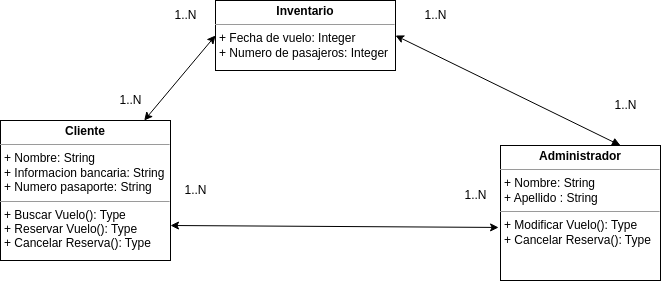
The draw.io diagram Casos de uso/Gestion_de_tienda_en_linea/Diagrama clase.drawio.png in JVC0/ETS, before a commit. Source tidied: cells renumbered, new cells last; positions are measured from the earlier drawing's top-left corner, leaving out a move shared by most shapes. Its diagram source:
```xml
<mxGraphModel background="#ffffff">
  <root>
    <mxCell id="0" />
    <mxCell id="1" parent="0" />
    <mxCell id="2" style="edgeStyle=none;html=1;entryX=0;entryY=0.5;entryDx=0;entryDy=0;startArrow=classic;startFill=1;" parent="1" edge="1" source="3" target="4">
      <mxGeometry relative="1" as="geometry" />
    </mxCell>
    <mxCell id="3" value="&lt;p style=&quot;margin:0px;margin-top:4px;text-align:center;&quot;&gt;&lt;b&gt;Cliente&lt;/b&gt;&lt;/p&gt;&lt;hr size=&quot;1&quot;&gt;&lt;p style=&quot;margin:0px;margin-left:4px;&quot;&gt;+ Nombre: String&lt;/p&gt;&lt;p style=&quot;margin:0px;margin-left:4px;&quot;&gt;+ Informacion bancaria: String&lt;br&gt;&lt;/p&gt;&lt;p style=&quot;margin:0px;margin-left:4px;&quot;&gt;+ Numero pasaporte: String&lt;br&gt;&lt;/p&gt;&lt;hr size=&quot;1&quot;&gt;&lt;p style=&quot;margin:0px;margin-left:4px;&quot;&gt;+ Buscar Vuelo(): Type&lt;/p&gt;&lt;p style=&quot;margin:0px;margin-left:4px;&quot;&gt;+ Reservar Vuelo(): Type&lt;br&gt;&lt;/p&gt;&lt;p style=&quot;margin:0px;margin-left:4px;&quot;&gt;+ Cancelar Reserva(): Type&lt;br&gt;&lt;/p&gt;" style="verticalAlign=top;align=left;overflow=fill;fontSize=12;fontFamily=Helvetica;html=1;" parent="1" vertex="1">
      <mxGeometry y="120" width="170" height="140" as="geometry" />
    </mxCell>
    <mxCell id="4" value="&lt;p style=&quot;margin:0px;margin-top:4px;text-align:center;&quot;&gt;&lt;b&gt;Inventario&lt;/b&gt;&lt;/p&gt;&lt;hr size=&quot;1&quot;&gt;&lt;p style=&quot;margin:0px;margin-left:4px;&quot;&gt;+ Fecha de vuelo: Integer&lt;/p&gt;&lt;p style=&quot;margin:0px;margin-left:4px;&quot;&gt;+ Numero de pasajeros: Integer&lt;/p&gt;&lt;p style=&quot;margin:0px;margin-left:4px;&quot;&gt;&lt;br&gt;&lt;/p&gt;" style="verticalAlign=top;align=left;overflow=fill;fontSize=12;fontFamily=Helvetica;html=1;" parent="1" vertex="1">
      <mxGeometry x="215" width="180" height="70" as="geometry" />
    </mxCell>
    <mxCell id="5" style="edgeStyle=none;html=1;exitX=0.75;exitY=0;exitDx=0;exitDy=0;entryX=1;entryY=0.5;entryDx=0;entryDy=0;startArrow=block;startFill=1;" parent="1" edge="1" source="6" target="4">
      <mxGeometry relative="1" as="geometry" />
    </mxCell>
    <mxCell id="6" value="&lt;p style=&quot;margin:0px;margin-top:4px;text-align:center;&quot;&gt;&lt;b&gt;Administrador&lt;/b&gt;&lt;/p&gt;&lt;hr size=&quot;1&quot;&gt;&lt;p style=&quot;margin:0px;margin-left:4px;&quot;&gt;+ Nombre: String&lt;/p&gt;&lt;p style=&quot;margin:0px;margin-left:4px;&quot;&gt;+ Apellido : String&lt;/p&gt;&lt;hr size=&quot;1&quot;&gt;&lt;p style=&quot;margin:0px;margin-left:4px;&quot;&gt;+ Modificar Vuelo(): Type&lt;/p&gt;&lt;p style=&quot;margin:0px;margin-left:4px;&quot;&gt;+ Cancelar Reserva(): Type&lt;br&gt;&lt;/p&gt;" style="verticalAlign=top;align=left;overflow=fill;fontSize=12;fontFamily=Helvetica;html=1;" parent="1" vertex="1">
      <mxGeometry x="500" y="145" width="160" height="135" as="geometry" />
    </mxCell>
    <mxCell id="7" value="1..N" style="text;html=1;align=center;verticalAlign=middle;strokeColor=none;fillColor=none;" parent="1" vertex="1">
      <mxGeometry x="160" width="50" height="30" as="geometry" />
    </mxCell>
    <mxCell id="8" value="1..N" style="text;html=1;align=center;verticalAlign=middle;strokeColor=none;fillColor=none;" parent="1" vertex="1">
      <mxGeometry x="105" y="85" width="50" height="30" as="geometry" />
    </mxCell>
    <mxCell id="9" value="1..N" style="text;html=1;align=center;verticalAlign=middle;strokeColor=none;fillColor=none;" parent="1" vertex="1">
      <mxGeometry x="410" width="50" height="30" as="geometry" />
    </mxCell>
    <mxCell id="10" value="1..N" style="text;html=1;align=center;verticalAlign=middle;strokeColor=none;fillColor=none;" parent="1" vertex="1">
      <mxGeometry x="600" y="90" width="50" height="30" as="geometry" />
    </mxCell>
    <mxCell id="11" style="edgeStyle=none;html=1;entryX=-0.012;entryY=0.607;entryDx=0;entryDy=0;startArrow=classic;startFill=1;entryPerimeter=0;exitX=1;exitY=0.75;exitDx=0;exitDy=0;" parent="1" edge="1" source="3" target="6">
      <mxGeometry relative="1" as="geometry" />
    </mxCell>
    <mxCell id="12" value="1..N" style="text;html=1;align=center;verticalAlign=middle;strokeColor=none;fillColor=none;" parent="1" vertex="1">
      <mxGeometry x="450" y="180" width="50" height="30" as="geometry" />
    </mxCell>
    <mxCell id="13" value="1..N" style="text;html=1;align=center;verticalAlign=middle;strokeColor=none;fillColor=none;" parent="1" vertex="1">
      <mxGeometry x="170" y="175" width="50" height="30" as="geometry" />
    </mxCell>
  </root>
</mxGraphModel>
```
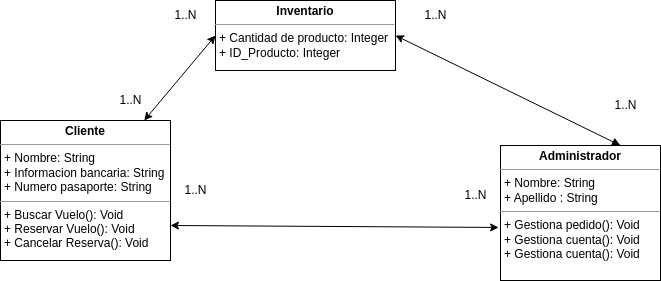
Later version of the same file.

The edit, as a diff of the source:
```diff
@@ -5,16 +5,16 @@
     <mxCell id="2" style="edgeStyle=none;html=1;entryX=0;entryY=0.5;entryDx=0;entryDy=0;startArrow=classic;startFill=1;" parent="1" edge="1" source="3" target="4">
       <mxGeometry relative="1" as="geometry" />
     </mxCell>
-    <mxCell id="3" value="&lt;p style=&quot;margin:0px;margin-top:4px;text-align:center;&quot;&gt;&lt;b&gt;Cliente&lt;/b&gt;&lt;/p&gt;&lt;hr size=&quot;1&quot;&gt;&lt;p style=&quot;margin:0px;margin-left:4px;&quot;&gt;+ Nombre: String&lt;/p&gt;&lt;p style=&quot;margin:0px;margin-left:4px;&quot;&gt;+ Informacion bancaria: String&lt;br&gt;&lt;/p&gt;&lt;p style=&quot;margin:0px;margin-left:4px;&quot;&gt;+ Numero pasaporte: String&lt;br&gt;&lt;/p&gt;&lt;hr size=&quot;1&quot;&gt;&lt;p style=&quot;margin:0px;margin-left:4px;&quot;&gt;+ Buscar Vuelo(): Type&lt;/p&gt;&lt;p style=&quot;margin:0px;margin-left:4px;&quot;&gt;+ Reservar Vuelo(): Type&lt;br&gt;&lt;/p&gt;&lt;p style=&quot;margin:0px;margin-left:4px;&quot;&gt;+ Cancelar Reserva(): Type&lt;br&gt;&lt;/p&gt;" style="verticalAlign=top;align=left;overflow=fill;fontSize=12;fontFamily=Helvetica;html=1;" parent="1" vertex="1">
+    <mxCell id="3" value="&lt;p style=&quot;margin:0px;margin-top:4px;text-align:center;&quot;&gt;&lt;b&gt;Cliente&lt;/b&gt;&lt;/p&gt;&lt;hr size=&quot;1&quot;&gt;&lt;p style=&quot;margin:0px;margin-left:4px;&quot;&gt;+ Nombre: String&lt;/p&gt;&lt;p style=&quot;margin:0px;margin-left:4px;&quot;&gt;+ Informacion bancaria: String&lt;br&gt;&lt;/p&gt;&lt;p style=&quot;margin:0px;margin-left:4px;&quot;&gt;+ Numero pasaporte: String&lt;br&gt;&lt;/p&gt;&lt;hr size=&quot;1&quot;&gt;&lt;p style=&quot;margin:0px;margin-left:4px;&quot;&gt;+ Buscar Vuelo(): Void&lt;/p&gt;&lt;p style=&quot;margin:0px;margin-left:4px;&quot;&gt;+ Reservar Vuelo(): Void&lt;br&gt;&lt;/p&gt;&lt;p style=&quot;margin:0px;margin-left:4px;&quot;&gt;+ Cancelar Reserva(): Void&lt;br&gt;&lt;/p&gt;" style="verticalAlign=top;align=left;overflow=fill;fontSize=12;fontFamily=Helvetica;html=1;" parent="1" vertex="1">
       <mxGeometry y="120" width="170" height="140" as="geometry" />
     </mxCell>
-    <mxCell id="4" value="&lt;p style=&quot;margin:0px;margin-top:4px;text-align:center;&quot;&gt;&lt;b&gt;Inventario&lt;/b&gt;&lt;/p&gt;&lt;hr size=&quot;1&quot;&gt;&lt;p style=&quot;margin:0px;margin-left:4px;&quot;&gt;+ Fecha de vuelo: Integer&lt;/p&gt;&lt;p style=&quot;margin:0px;margin-left:4px;&quot;&gt;+ Numero de pasajeros: Integer&lt;/p&gt;&lt;p style=&quot;margin:0px;margin-left:4px;&quot;&gt;&lt;br&gt;&lt;/p&gt;" style="verticalAlign=top;align=left;overflow=fill;fontSize=12;fontFamily=Helvetica;html=1;" parent="1" vertex="1">
+    <mxCell id="4" value="&lt;p style=&quot;margin:0px;margin-top:4px;text-align:center;&quot;&gt;&lt;b&gt;Inventario&lt;/b&gt;&lt;/p&gt;&lt;hr size=&quot;1&quot;&gt;&lt;p style=&quot;margin:0px;margin-left:4px;&quot;&gt;+ Cantidad de producto: Integer&lt;/p&gt;&lt;p style=&quot;margin:0px;margin-left:4px;&quot;&gt;+ ID_Producto: Integer&lt;/p&gt;&lt;p style=&quot;margin:0px;margin-left:4px;&quot;&gt;&lt;br&gt;&lt;/p&gt;" style="verticalAlign=top;align=left;overflow=fill;fontSize=12;fontFamily=Helvetica;html=1;" parent="1" vertex="1">
       <mxGeometry x="215" width="180" height="70" as="geometry" />
     </mxCell>
     <mxCell id="5" style="edgeStyle=none;html=1;exitX=0.75;exitY=0;exitDx=0;exitDy=0;entryX=1;entryY=0.5;entryDx=0;entryDy=0;startArrow=block;startFill=1;" parent="1" edge="1" source="6" target="4">
       <mxGeometry relative="1" as="geometry" />
     </mxCell>
-    <mxCell id="6" value="&lt;p style=&quot;margin:0px;margin-top:4px;text-align:center;&quot;&gt;&lt;b&gt;Administrador&lt;/b&gt;&lt;/p&gt;&lt;hr size=&quot;1&quot;&gt;&lt;p style=&quot;margin:0px;margin-left:4px;&quot;&gt;+ Nombre: String&lt;/p&gt;&lt;p style=&quot;margin:0px;margin-left:4px;&quot;&gt;+ Apellido : String&lt;/p&gt;&lt;hr size=&quot;1&quot;&gt;&lt;p style=&quot;margin:0px;margin-left:4px;&quot;&gt;+ Modificar Vuelo(): Type&lt;/p&gt;&lt;p style=&quot;margin:0px;margin-left:4px;&quot;&gt;+ Cancelar Reserva(): Type&lt;br&gt;&lt;/p&gt;" style="verticalAlign=top;align=left;overflow=fill;fontSize=12;fontFamily=Helvetica;html=1;" parent="1" vertex="1">
+    <mxCell id="6" value="&lt;p style=&quot;margin:0px;margin-top:4px;text-align:center;&quot;&gt;&lt;b&gt;Administrador&lt;/b&gt;&lt;/p&gt;&lt;hr size=&quot;1&quot;&gt;&lt;p style=&quot;margin:0px;margin-left:4px;&quot;&gt;+ Nombre: String&lt;/p&gt;&lt;p style=&quot;margin:0px;margin-left:4px;&quot;&gt;+ Apellido : String&lt;/p&gt;&lt;hr size=&quot;1&quot;&gt;&lt;p style=&quot;margin:0px;margin-left:4px;&quot;&gt;+ Gestiona pedido(): Void&lt;/p&gt;&lt;p style=&quot;margin:0px;margin-left:4px;&quot;&gt;+ Gestiona cuenta(): Void&lt;br&gt;&lt;/p&gt;&lt;p style=&quot;margin:0px;margin-left:4px;&quot;&gt;+ Gestiona cuenta(): Void&lt;br&gt;&lt;/p&gt;" style="verticalAlign=top;align=left;overflow=fill;fontSize=12;fontFamily=Helvetica;html=1;" parent="1" vertex="1">
       <mxGeometry x="500" y="145" width="160" height="135" as="geometry" />
     </mxCell>
     <mxCell id="7" value="1..N" style="text;html=1;align=center;verticalAlign=middle;strokeColor=none;fillColor=none;" parent="1" vertex="1">
```
